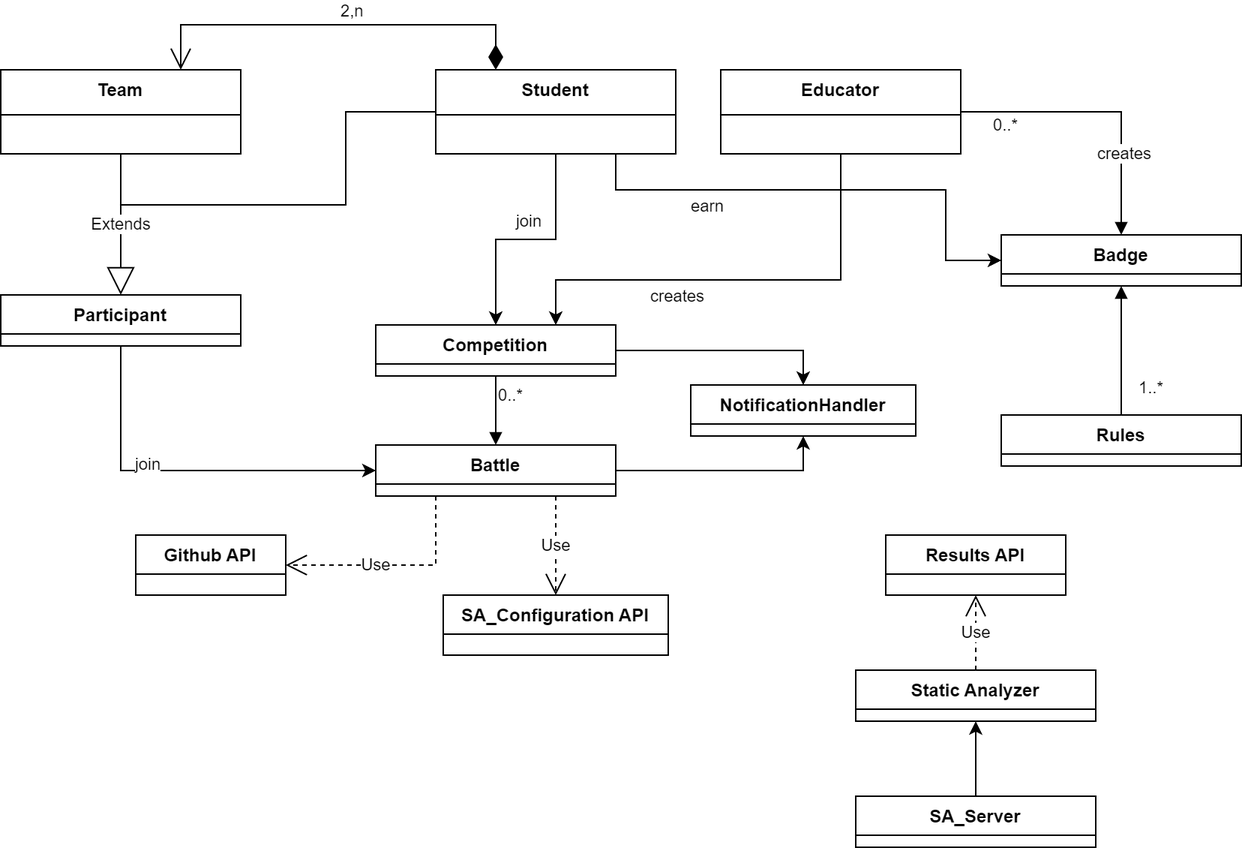
This is latex/Images/RASD_UML.png from filomba01/SoftEng-2-RASD_DD_2023, a draw.io export, as it was before one commit. Source tidied: cells renumbered, new cells last; positions are measured from the earlier drawing's top-left corner, leaving out a move shared by most shapes. Its diagram source:
```xml
<mxGraphModel>
  <root>
    <mxCell id="0" />
    <mxCell id="1" parent="0" />
    <mxCell id="2" style="edgeStyle=orthogonalEdgeStyle;rounded=0;jettySize=auto;html=1;exitX=1;exitY=0.5;exitDx=0;exitDy=0;entryX=0.5;entryY=0;entryDx=0;entryDy=0;" parent="1" edge="1" source="3" target="6">
      <mxGeometry relative="1" as="geometry" />
    </mxCell>
    <mxCell id="3" value="Competition" style="swimlane;fontStyle=1;align=center;verticalAlign=top;horizontal=1;startSize=26;whiteSpace=wrap;html=1;" parent="1" vertex="1">
      <mxGeometry x="250" y="200" width="160" height="34" as="geometry" />
    </mxCell>
    <mxCell id="4" style="edgeStyle=orthogonalEdgeStyle;rounded=0;jettySize=auto;html=1;entryX=0.5;entryY=1;entryDx=0;entryDy=0;" parent="1" edge="1" source="5" target="6">
      <mxGeometry relative="1" as="geometry" />
    </mxCell>
    <mxCell id="5" value="Battle" style="swimlane;fontStyle=1;align=center;verticalAlign=top;horizontal=1;startSize=26;whiteSpace=wrap;html=1;" parent="1" vertex="1">
      <mxGeometry x="250" y="280" width="160" height="34" as="geometry" />
    </mxCell>
    <mxCell id="6" value="NotificationHandler" style="swimlane;fontStyle=1;align=center;verticalAlign=top;horizontal=1;startSize=26;whiteSpace=wrap;html=1;" parent="1" vertex="1">
      <mxGeometry x="460" y="240" width="150" height="34" as="geometry" />
    </mxCell>
    <mxCell id="7" style="edgeStyle=orthogonalEdgeStyle;rounded=0;jettySize=auto;html=1;exitX=0.5;exitY=1;exitDx=0;exitDy=0;" parent="1" edge="1" source="11" target="3">
      <mxGeometry relative="1" as="geometry" />
    </mxCell>
    <mxCell id="8" value="join" style="edgeLabel;html=1;align=center;verticalAlign=middle;" parent="7" vertex="1">
      <mxGeometry x="-0.02" y="-3" relative="1" as="geometry">
        <mxPoint y="-10" as="offset" />
      </mxGeometry>
    </mxCell>
    <mxCell id="9" style="edgeStyle=orthogonalEdgeStyle;rounded=0;jettySize=auto;html=1;exitX=0.75;exitY=1;exitDx=0;exitDy=0;entryX=0;entryY=0.5;entryDx=0;entryDy=0;" parent="1" edge="1" source="11" target="15">
      <mxGeometry relative="1" as="geometry">
        <Array as="points">
          <mxPoint x="410" y="110" />
          <mxPoint x="630" y="110" />
          <mxPoint x="630" y="157" />
        </Array>
      </mxGeometry>
    </mxCell>
    <mxCell id="10" value="earn" style="edgeLabel;html=1;align=center;verticalAlign=middle;" parent="9" vertex="1">
      <mxGeometry x="0.3" y="1" relative="1" as="geometry">
        <mxPoint x="-130" y="11" as="offset" />
      </mxGeometry>
    </mxCell>
    <mxCell id="11" value="Student" style="swimlane;fontStyle=1;align=center;verticalAlign=top;horizontal=1;startSize=30;" parent="1" vertex="1">
      <mxGeometry x="290" y="30" width="160" height="56" as="geometry" />
    </mxCell>
    <mxCell id="12" style="endArrow=block;endFill=1;html=1;edgeStyle=orthogonalEdgeStyle;align=left;verticalAlign=top;rounded=0;exitX=0.5;exitY=1;exitDx=0;exitDy=0;entryX=0.5;entryY=0;entryDx=0;entryDy=0;" parent="1" edge="1" source="3" target="5">
      <mxGeometry x="-1" relative="1" as="geometry" />
    </mxCell>
    <mxCell id="13" value="0..*" style="edgeLabel;html=1;align=left;verticalAlign=bottom;" parent="12" vertex="1">
      <mxGeometry x="-1" relative="1" as="geometry">
        <mxPoint y="21" as="offset" />
      </mxGeometry>
    </mxCell>
    <mxCell id="14" value="Github API" style="swimlane;fontStyle=1;align=center;verticalAlign=top;horizontal=1;startSize=26;whiteSpace=wrap;html=1;" parent="1" vertex="1">
      <mxGeometry x="90" y="340" width="100" height="40" as="geometry" />
    </mxCell>
    <mxCell id="15" value="Badge" style="swimlane;fontStyle=1;align=center;verticalAlign=top;horizontal=1;startSize=26;whiteSpace=wrap;html=1;" parent="1" vertex="1">
      <mxGeometry x="667" y="140" width="160" height="34" as="geometry" />
    </mxCell>
    <mxCell id="16" value="Rules" style="swimlane;fontStyle=1;align=center;verticalAlign=top;horizontal=1;startSize=26;whiteSpace=wrap;html=1;" parent="1" vertex="1">
      <mxGeometry x="667" y="260" width="160" height="34" as="geometry" />
    </mxCell>
    <mxCell id="17" style="endArrow=block;endFill=1;html=1;edgeStyle=orthogonalEdgeStyle;align=left;verticalAlign=top;rounded=0;entryX=0.5;entryY=0;entryDx=0;entryDy=0;exitX=1;exitY=0.5;exitDx=0;exitDy=0;" parent="1" edge="1" source="28" target="15">
      <mxGeometry x="-1" relative="1" as="geometry" />
    </mxCell>
    <mxCell id="18" value="0..*" style="edgeLabel;html=1;align=left;verticalAlign=bottom;" parent="17" vertex="1">
      <mxGeometry x="-1" relative="1" as="geometry">
        <mxPoint x="20" y="17" as="offset" />
      </mxGeometry>
    </mxCell>
    <mxCell id="19" value="creates" style="edgeLabel;html=1;align=center;verticalAlign=middle;" parent="17" vertex="1">
      <mxGeometry x="0.42" y="1" relative="1" as="geometry" />
    </mxCell>
    <mxCell id="20" style="endArrow=block;endFill=1;html=1;edgeStyle=orthogonalEdgeStyle;align=left;verticalAlign=top;rounded=0;exitX=0.5;exitY=0;exitDx=0;exitDy=0;entryX=0.5;entryY=1;entryDx=0;entryDy=0;" parent="1" edge="1" source="16" target="15">
      <mxGeometry x="-1" relative="1" as="geometry" />
    </mxCell>
    <mxCell id="21" value="1..*" style="edgeLabel;html=1;align=left;verticalAlign=bottom;" parent="20" vertex="1">
      <mxGeometry x="-1" relative="1" as="geometry">
        <mxPoint x="10" y="-10" as="offset" />
      </mxGeometry>
    </mxCell>
    <mxCell id="22" value="2,n" style="endArrow=open;html=1;endSize=12;startArrow=diamondThin;startSize=14;startFill=1;edgeStyle=orthogonalEdgeStyle;align=left;verticalAlign=bottom;rounded=0;exitX=0.25;exitY=0;exitDx=0;exitDy=0;entryX=0.75;entryY=0;entryDx=0;entryDy=0;" parent="1" edge="1" source="11" target="30">
      <mxGeometry relative="1" as="geometry">
        <Array as="points">
          <mxPoint x="330" />
          <mxPoint x="120" />
        </Array>
      </mxGeometry>
    </mxCell>
    <mxCell id="23" style="edgeStyle=orthogonalEdgeStyle;rounded=0;jettySize=auto;html=1;exitX=0.5;exitY=1;exitDx=0;exitDy=0;entryX=0;entryY=0.5;entryDx=0;entryDy=0;" parent="1" edge="1" source="25" target="5">
      <mxGeometry relative="1" as="geometry" />
    </mxCell>
    <mxCell id="24" value="join" style="edgeLabel;html=1;align=center;verticalAlign=middle;" parent="23" vertex="1">
      <mxGeometry x="-0.3" y="-9" relative="1" as="geometry">
        <mxPoint x="11" y="-14" as="offset" />
      </mxGeometry>
    </mxCell>
    <mxCell id="25" value="Participant" style="swimlane;fontStyle=1;align=center;verticalAlign=top;horizontal=1;startSize=26;whiteSpace=wrap;html=1;" parent="1" vertex="1">
      <mxGeometry y="180" width="160" height="34" as="geometry" />
    </mxCell>
    <mxCell id="26" style="edgeStyle=orthogonalEdgeStyle;rounded=0;jettySize=auto;html=1;exitX=0.5;exitY=1;exitDx=0;exitDy=0;entryX=0.75;entryY=0;entryDx=0;entryDy=0;" parent="1" edge="1" source="28" target="3">
      <mxGeometry relative="1" as="geometry">
        <Array as="points">
          <mxPoint x="560" y="170" />
          <mxPoint x="370" y="170" />
        </Array>
      </mxGeometry>
    </mxCell>
    <mxCell id="27" value="creates" style="edgeLabel;html=1;align=center;verticalAlign=middle;points=[];" parent="26" vertex="1">
      <mxGeometry x="0.18" y="-5" relative="1" as="geometry">
        <mxPoint x="-14" y="15" as="offset" />
      </mxGeometry>
    </mxCell>
    <mxCell id="28" value="Educator" style="swimlane;fontStyle=1;align=center;verticalAlign=top;horizontal=1;startSize=30;" parent="1" vertex="1">
      <mxGeometry x="480" y="30" width="160" height="56" as="geometry" />
    </mxCell>
    <mxCell id="29" value="Static Analyzer" style="swimlane;fontStyle=1;align=center;verticalAlign=top;horizontal=1;startSize=26;whiteSpace=wrap;html=1;" parent="1" vertex="1">
      <mxGeometry x="570" y="430" width="160" height="34" as="geometry" />
    </mxCell>
    <mxCell id="30" value="Team" style="swimlane;fontStyle=1;align=center;verticalAlign=top;horizontal=1;startSize=30;" parent="1" vertex="1">
      <mxGeometry y="30" width="160" height="56" as="geometry" />
    </mxCell>
    <mxCell id="31" value="Use" style="endArrow=open;endSize=12;dashed=1;html=1;rounded=0;exitX=0.25;exitY=1;exitDx=0;exitDy=0;entryX=1;entryY=0.5;entryDx=0;entryDy=0;" parent="1" edge="1" source="5" target="14">
      <mxGeometry x="0.18" relative="1" as="geometry">
        <Array as="points">
          <mxPoint x="290" y="360" />
        </Array>
      </mxGeometry>
    </mxCell>
    <mxCell id="32" value="Extends" style="endArrow=block;endSize=16;endFill=0;html=1;rounded=0;exitX=0.5;exitY=1;exitDx=0;exitDy=0;entryX=0.5;entryY=0;entryDx=0;entryDy=0;" parent="1" edge="1" source="30" target="25">
      <mxGeometry relative="1" as="geometry" />
    </mxCell>
    <mxCell id="33" style="endArrow=none;html=1;rounded=0;entryX=0;entryY=0.5;entryDx=0;entryDy=0;" parent="1" edge="1" target="11">
      <mxGeometry relative="1" as="geometry">
        <mxPoint x="80" y="120" as="sourcePoint" />
        <Array as="points">
          <mxPoint x="230" y="120" />
          <mxPoint x="230" y="58" />
        </Array>
      </mxGeometry>
    </mxCell>
    <mxCell id="34" style="edgeStyle=orthogonalEdgeStyle;rounded=0;jettySize=auto;html=1;entryX=0.5;entryY=1;entryDx=0;entryDy=0;" parent="1" edge="1" source="35" target="29">
      <mxGeometry relative="1" as="geometry" />
    </mxCell>
    <mxCell id="35" value="SA_Server" style="swimlane;fontStyle=1;align=center;verticalAlign=top;horizontal=1;startSize=26;whiteSpace=wrap;html=1;" parent="1" vertex="1">
      <mxGeometry x="570" y="514" width="160" height="34" as="geometry" />
    </mxCell>
    <mxCell id="36" value="Results API" style="swimlane;fontStyle=1;align=center;verticalAlign=top;horizontal=1;startSize=26;whiteSpace=wrap;html=1;" parent="1" vertex="1">
      <mxGeometry x="590" y="340" width="120" height="40" as="geometry" />
    </mxCell>
    <mxCell id="37" value="Use" style="endArrow=open;endSize=12;dashed=1;html=1;rounded=0;exitX=0.5;exitY=0;exitDx=0;exitDy=0;entryX=0.5;entryY=1;entryDx=0;entryDy=0;" parent="1" edge="1" source="29" target="36">
      <mxGeometry relative="1" as="geometry" />
    </mxCell>
    <mxCell id="38" value="SA_Configuration API" style="swimlane;fontStyle=1;align=center;verticalAlign=top;horizontal=1;startSize=26;whiteSpace=wrap;html=1;" parent="1" vertex="1">
      <mxGeometry x="295" y="380" width="150" height="40" as="geometry" />
    </mxCell>
    <mxCell id="39" value="Use" style="endArrow=open;endSize=12;dashed=1;html=1;rounded=0;exitX=0.75;exitY=1;exitDx=0;exitDy=0;entryX=0.5;entryY=0;entryDx=0;entryDy=0;" parent="1" edge="1" source="5" target="38">
      <mxGeometry relative="1" as="geometry" />
    </mxCell>
  </root>
</mxGraphModel>
```
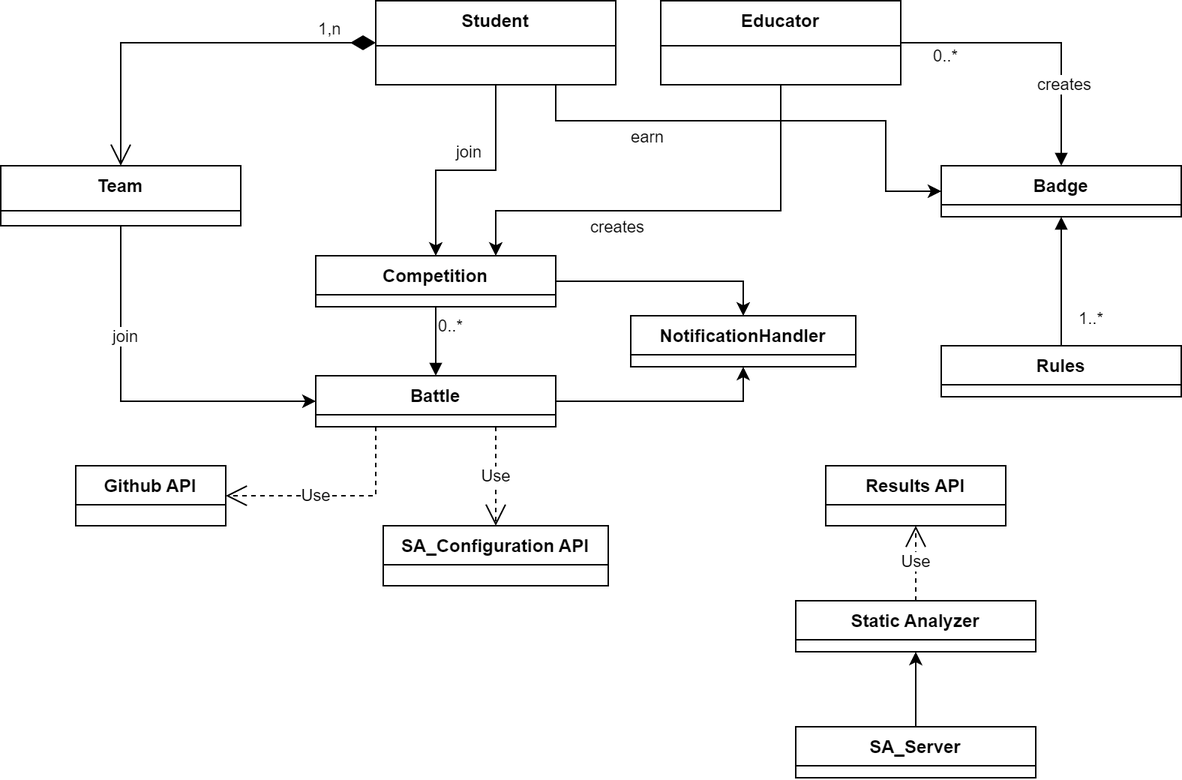
The same file after the commit.

Commit message:
Updated class diagram and relative description

Diff of the diagram source:
```diff
@@ -59,7 +59,7 @@
     <mxCell id="16" value="Rules" style="swimlane;fontStyle=1;align=center;verticalAlign=top;horizontal=1;startSize=26;whiteSpace=wrap;html=1;" parent="1" vertex="1">
       <mxGeometry x="667" y="260" width="160" height="34" as="geometry" />
     </mxCell>
-    <mxCell id="17" style="endArrow=block;endFill=1;html=1;edgeStyle=orthogonalEdgeStyle;align=left;verticalAlign=top;rounded=0;entryX=0.5;entryY=0;entryDx=0;entryDy=0;exitX=1;exitY=0.5;exitDx=0;exitDy=0;" parent="1" edge="1" source="28" target="15">
+    <mxCell id="17" style="endArrow=block;endFill=1;html=1;edgeStyle=orthogonalEdgeStyle;align=left;verticalAlign=top;rounded=0;entryX=0.5;entryY=0;entryDx=0;entryDy=0;exitX=1;exitY=0.5;exitDx=0;exitDy=0;" parent="1" edge="1" source="27" target="15">
       <mxGeometry x="-1" relative="1" as="geometry" />
     </mxCell>
     <mxCell id="18" value="0..*" style="edgeLabel;html=1;align=left;verticalAlign=bottom;" parent="17" vertex="1">
@@ -78,15 +78,14 @@
         <mxPoint x="10" y="-10" as="offset" />
       </mxGeometry>
     </mxCell>
-    <mxCell id="22" value="2,n" style="endArrow=open;html=1;endSize=12;startArrow=diamondThin;startSize=14;startFill=1;edgeStyle=orthogonalEdgeStyle;align=left;verticalAlign=bottom;rounded=0;exitX=0.25;exitY=0;exitDx=0;exitDy=0;entryX=0.75;entryY=0;entryDx=0;entryDy=0;" parent="1" edge="1" source="11" target="30">
-      <mxGeometry relative="1" as="geometry">
+    <mxCell id="22" value="1,n" style="endArrow=open;html=1;endSize=12;startArrow=diamondThin;startSize=14;startFill=1;edgeStyle=orthogonalEdgeStyle;align=left;verticalAlign=bottom;rounded=0;exitX=0;exitY=0.5;exitDx=0;exitDy=0;entryX=0.5;entryY=0;entryDx=0;entryDy=0;" parent="1" edge="1" source="11" target="29">
+      <mxGeometry x="-0.68" relative="1" as="geometry">
         <Array as="points">
-          <mxPoint x="330" />
-          <mxPoint x="120" />
+          <mxPoint x="120" y="58" />
         </Array>
       </mxGeometry>
     </mxCell>
-    <mxCell id="23" style="edgeStyle=orthogonalEdgeStyle;rounded=0;jettySize=auto;html=1;exitX=0.5;exitY=1;exitDx=0;exitDy=0;entryX=0;entryY=0.5;entryDx=0;entryDy=0;" parent="1" edge="1" source="25" target="5">
+    <mxCell id="23" style="edgeStyle=orthogonalEdgeStyle;rounded=0;jettySize=auto;html=1;exitX=0.5;exitY=1;exitDx=0;exitDy=0;entryX=0;entryY=0.5;entryDx=0;entryDy=0;" parent="1" edge="1" source="29" target="5">
       <mxGeometry relative="1" as="geometry" />
     </mxCell>
     <mxCell id="24" value="join" style="edgeLabel;html=1;align=center;verticalAlign=middle;" parent="23" vertex="1">
@@ -94,67 +93,52 @@
         <mxPoint x="11" y="-14" as="offset" />
       </mxGeometry>
     </mxCell>
-    <mxCell id="25" value="Participant" style="swimlane;fontStyle=1;align=center;verticalAlign=top;horizontal=1;startSize=26;whiteSpace=wrap;html=1;" parent="1" vertex="1">
-      <mxGeometry y="180" width="160" height="34" as="geometry" />
+    <mxCell id="25" style="edgeStyle=orthogonalEdgeStyle;rounded=0;jettySize=auto;html=1;exitX=0.5;exitY=1;exitDx=0;exitDy=0;entryX=0.75;entryY=0;entryDx=0;entryDy=0;" parent="1" edge="1" source="27" target="3">
+      <mxGeometry relative="1" as="geometry">
+        <Array as="points">
+          <mxPoint x="560" y="170" />
+          <mxPoint x="370" y="170" />
+        </Array>
+      </mxGeometry>
     </mxCell>
-    <mxCell id="26" style="edgeStyle=orthogonalEdgeStyle;rounded=0;jettySize=auto;html=1;exitX=0.5;exitY=1;exitDx=0;exitDy=0;entryX=0.75;entryY=0;entryDx=0;entryDy=0;" parent="1" edge="1" source="28" target="3">
-      <mxGeometry relative="1" as="geometry">
-        <Array as="points">
-          <mxPoint x="560" y="170" />
-          <mxPoint x="370" y="170" />
-        </Array>
+    <mxCell id="26" value="creates" style="edgeLabel;html=1;align=center;verticalAlign=middle;" parent="25" vertex="1">
+      <mxGeometry x="0.18" y="-5" relative="1" as="geometry">
+        <mxPoint x="-14" y="15" as="offset" />
       </mxGeometry>
     </mxCell>
-    <mxCell id="27" value="creates" style="edgeLabel;html=1;align=center;verticalAlign=middle;points=[];" parent="26" vertex="1">
-      <mxGeometry x="0.18" y="-5" relative="1" as="geometry">
-        <mxPoint x="-14" y="15" as="offset" />
-      </mxGeometry>
+    <mxCell id="27" value="Educator" style="swimlane;fontStyle=1;align=center;verticalAlign=top;horizontal=1;startSize=30;" parent="1" vertex="1">
+      <mxGeometry x="480" y="30" width="160" height="56" as="geometry" />
     </mxCell>
-    <mxCell id="28" value="Educator" style="swimlane;fontStyle=1;align=center;verticalAlign=top;horizontal=1;startSize=30;" parent="1" vertex="1">
-      <mxGeometry x="480" y="30" width="160" height="56" as="geometry" />
+    <mxCell id="28" value="Static Analyzer" style="swimlane;fontStyle=1;align=center;verticalAlign=top;horizontal=1;startSize=26;whiteSpace=wrap;html=1;" parent="1" vertex="1">
+      <mxGeometry x="570" y="430" width="160" height="34" as="geometry" />
     </mxCell>
-    <mxCell id="29" value="Static Analyzer" style="swimlane;fontStyle=1;align=center;verticalAlign=top;horizontal=1;startSize=26;whiteSpace=wrap;html=1;" parent="1" vertex="1">
-      <mxGeometry x="570" y="430" width="160" height="34" as="geometry" />
+    <mxCell id="29" value="Team" style="swimlane;fontStyle=1;align=center;verticalAlign=top;horizontal=1;startSize=30;" parent="1" vertex="1">
+      <mxGeometry x="40" y="140" width="160" height="40" as="geometry" />
     </mxCell>
-    <mxCell id="30" value="Team" style="swimlane;fontStyle=1;align=center;verticalAlign=top;horizontal=1;startSize=30;" parent="1" vertex="1">
-      <mxGeometry y="30" width="160" height="56" as="geometry" />
+    <mxCell id="30" value="Use" style="endArrow=open;endSize=12;dashed=1;html=1;rounded=0;exitX=0.25;exitY=1;exitDx=0;exitDy=0;entryX=1;entryY=0.5;entryDx=0;entryDy=0;" parent="1" edge="1" source="5" target="14">
+      <mxGeometry x="0.18" relative="1" as="geometry">
+        <Array as="points">
+          <mxPoint x="290" y="360" />
+        </Array>
+      </mxGeometry>
     </mxCell>
-    <mxCell id="31" value="Use" style="endArrow=open;endSize=12;dashed=1;html=1;rounded=0;exitX=0.25;exitY=1;exitDx=0;exitDy=0;entryX=1;entryY=0.5;entryDx=0;entryDy=0;" parent="1" edge="1" source="5" target="14">
-      <mxGeometry x="0.18" relative="1" as="geometry">
-        <Array as="points">
-          <mxPoint x="290" y="360" />
-        </Array>
-      </mxGeometry>
+    <mxCell id="31" style="edgeStyle=orthogonalEdgeStyle;rounded=0;jettySize=auto;html=1;entryX=0.5;entryY=1;entryDx=0;entryDy=0;" parent="1" edge="1" source="32" target="28">
+      <mxGeometry relative="1" as="geometry" />
     </mxCell>
-    <mxCell id="32" value="Extends" style="endArrow=block;endSize=16;endFill=0;html=1;rounded=0;exitX=0.5;exitY=1;exitDx=0;exitDy=0;entryX=0.5;entryY=0;entryDx=0;entryDy=0;" parent="1" edge="1" source="30" target="25">
-      <mxGeometry relative="1" as="geometry" />
+    <mxCell id="32" value="SA_Server" style="swimlane;fontStyle=1;align=center;verticalAlign=top;horizontal=1;startSize=26;whiteSpace=wrap;html=1;" parent="1" vertex="1">
+      <mxGeometry x="570" y="514" width="160" height="34" as="geometry" />
     </mxCell>
-    <mxCell id="33" style="endArrow=none;html=1;rounded=0;entryX=0;entryY=0.5;entryDx=0;entryDy=0;" parent="1" edge="1" target="11">
-      <mxGeometry relative="1" as="geometry">
-        <mxPoint x="80" y="120" as="sourcePoint" />
-        <Array as="points">
-          <mxPoint x="230" y="120" />
-          <mxPoint x="230" y="58" />
-        </Array>
-      </mxGeometry>
+    <mxCell id="33" value="Results API" style="swimlane;fontStyle=1;align=center;verticalAlign=top;horizontal=1;startSize=26;whiteSpace=wrap;html=1;" parent="1" vertex="1">
+      <mxGeometry x="590" y="340" width="120" height="40" as="geometry" />
     </mxCell>
-    <mxCell id="34" style="edgeStyle=orthogonalEdgeStyle;rounded=0;jettySize=auto;html=1;entryX=0.5;entryY=1;entryDx=0;entryDy=0;" parent="1" edge="1" source="35" target="29">
+    <mxCell id="34" value="Use" style="endArrow=open;endSize=12;dashed=1;html=1;rounded=0;exitX=0.5;exitY=0;exitDx=0;exitDy=0;entryX=0.5;entryY=1;entryDx=0;entryDy=0;" parent="1" edge="1" source="28" target="33">
       <mxGeometry relative="1" as="geometry" />
     </mxCell>
-    <mxCell id="35" value="SA_Server" style="swimlane;fontStyle=1;align=center;verticalAlign=top;horizontal=1;startSize=26;whiteSpace=wrap;html=1;" parent="1" vertex="1">
-      <mxGeometry x="570" y="514" width="160" height="34" as="geometry" />
+    <mxCell id="35" value="SA_Configuration API" style="swimlane;fontStyle=1;align=center;verticalAlign=top;horizontal=1;startSize=26;whiteSpace=wrap;html=1;" parent="1" vertex="1">
+      <mxGeometry x="295" y="380" width="150" height="40" as="geometry" />
     </mxCell>
-    <mxCell id="36" value="Results API" style="swimlane;fontStyle=1;align=center;verticalAlign=top;horizontal=1;startSize=26;whiteSpace=wrap;html=1;" parent="1" vertex="1">
-      <mxGeometry x="590" y="340" width="120" height="40" as="geometry" />
+    <mxCell id="36" value="Use" style="endArrow=open;endSize=12;dashed=1;html=1;rounded=0;exitX=0.75;exitY=1;exitDx=0;exitDy=0;entryX=0.5;entryY=0;entryDx=0;entryDy=0;" parent="1" edge="1" source="5" target="35">
+      <mxGeometry relative="1" as="geometry" />
     </mxCell>
-    <mxCell id="37" value="Use" style="endArrow=open;endSize=12;dashed=1;html=1;rounded=0;exitX=0.5;exitY=0;exitDx=0;exitDy=0;entryX=0.5;entryY=1;entryDx=0;entryDy=0;" parent="1" edge="1" source="29" target="36">
-      <mxGeometry relative="1" as="geometry" />
-    </mxCell>
-    <mxCell id="38" value="SA_Configuration API" style="swimlane;fontStyle=1;align=center;verticalAlign=top;horizontal=1;startSize=26;whiteSpace=wrap;html=1;" parent="1" vertex="1">
-      <mxGeometry x="295" y="380" width="150" height="40" as="geometry" />
-    </mxCell>
-    <mxCell id="39" value="Use" style="endArrow=open;endSize=12;dashed=1;html=1;rounded=0;exitX=0.75;exitY=1;exitDx=0;exitDy=0;entryX=0.5;entryY=0;entryDx=0;entryDy=0;" parent="1" edge="1" source="5" target="38">
-      <mxGeometry relative="1" as="geometry" />
-    </mxCell>
   </root>
 </mxGraphModel>
```
